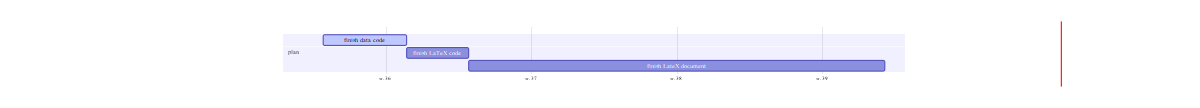
Earlier version of the Mermaid export gantt.mmd.png (libin1987832/libin1987832.github.io). Its source is kept beside it as gantt.mmd. Source of this version:
```mermaid
gantt
section plan
finish data code    :active,    des1, 2019-09-06,4d
finish LaTeX code        : des2, after des1, 3d
finish LateX document      :         des3, after des2, 20d
```
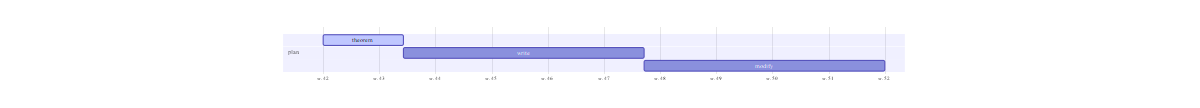
The same diagram one commit later.

The edit, as a diff of the source:
```diff
@@ -1,5 +1,5 @@
 gantt
 section plan
-finish data code    :active,    des1, 2019-09-06,4d
-finish LaTeX code        : des2, after des1, 3d
-finish LateX document      :         des3, after des2, 20d
+theorem     :active,    des1, 2019-10-21,10d
+write        : des2, after des1, 30d
+modify      :         des3, after des2, 30d
```
